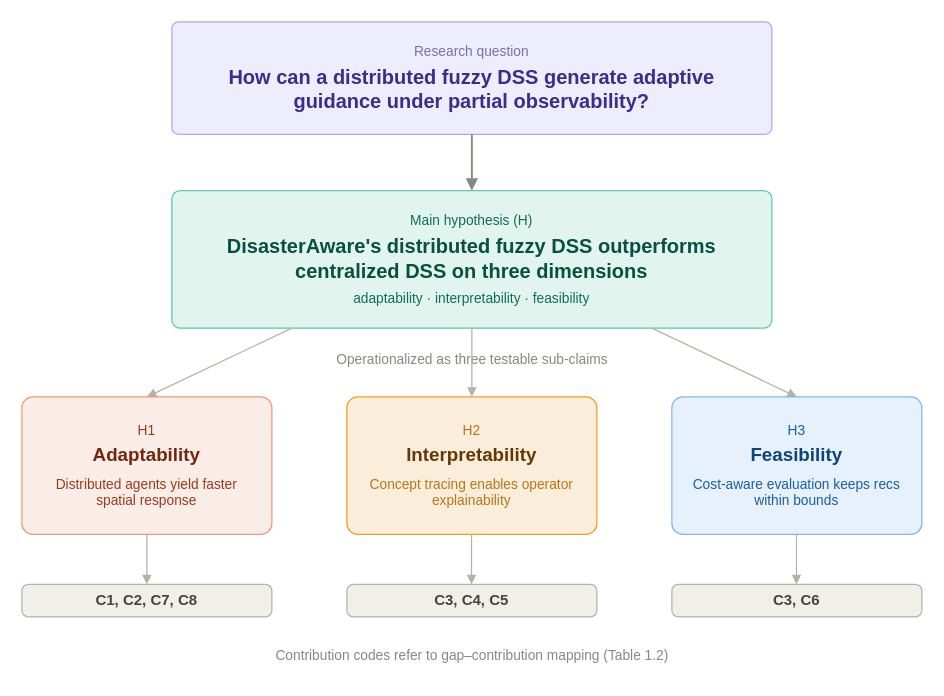
This is page "CH1_HYPO_QUEST" (1 of 23) of 01_Thesis/dissertation/BlockDiagram.drawio from northwind13/Enhanced_DSS, a draw.io file, before an edit. Source tidied: cells renumbered, new cells numbered last; positions are measured from the earlier drawing's top-left corner, leaving out a move shared by most shapes. Both pictures are drawn from the tidied source at 125%, with x=0, y=0 at pixel (21, 21).
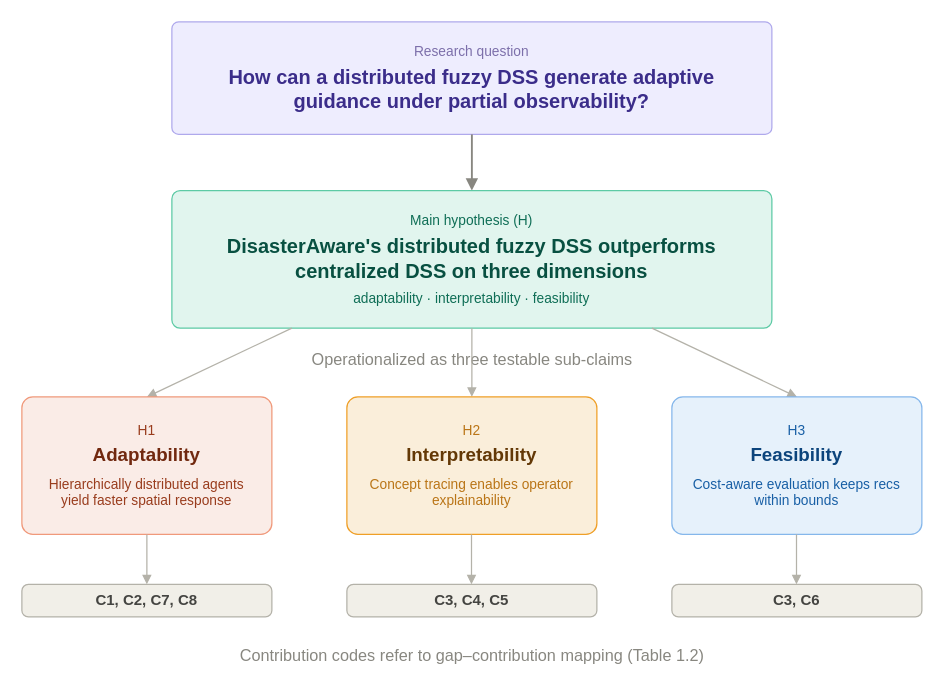
After the change.

Diff of the diagram source:
```diff
@@
-    <mxCell id="5" value="Operationalized as three testable sub-claims" style="text;html=1;align=center;verticalAlign=middle;strokeColor=none;fillColor=none;fontSize=11;fontColor=#888780;fontFamily=Helvetica;" parent="1" vertex="1">
-      <mxGeometry x="175" y="258" width="370" height="24" as="geometry" />
+    <mxCell id="5" value="Operationalized as three testable sub-claims" style="text;html=1;align=center;verticalAlign=middle;strokeColor=none;fillColor=none;fontSize=13;fontColor=#888780;fontFamily=Helvetica;" parent="1" vertex="1">
+      <mxGeometry x="220" y="255" width="280" height="30" as="geometry" />
     </mxCell>
@@
-    <mxCell id="9" value="&lt;div style=&quot;font-size:11px;color:#993C1D;margin-bottom:4px;&quot;&gt;H1&lt;/div&gt;&lt;div style=&quot;font-size:15px;font-weight:600;color:#71280F;&quot;&gt;Adaptability&lt;/div&gt;&lt;div style=&quot;font-size:11px;color:#993C1D;margin-top:8px;&quot;&gt;Distributed agents yield faster spatial response&lt;/div&gt;" style="rounded=1;whiteSpace=wrap;html=1;fillColor=#FAECE7;strokeColor=#F0997B;strokeWidth=1;arcSize=8;align=center;verticalAlign=middle;spacingTop=0;spacingLeft=10;spacingRight=10;fontFamily=Helvetica;" parent="1" vertex="1">
+    <mxCell id="9" value="&lt;div style=&quot;font-size:11px;color:#993C1D;margin-bottom:4px;&quot;&gt;H1&lt;/div&gt;&lt;div style=&quot;font-size:15px;font-weight:600;color:#71280F;&quot;&gt;Adaptability&lt;/div&gt;&lt;div style=&quot;font-size:11px;color:#993C1D;margin-top:8px;&quot;&gt;Hierarchically distributed agents yield faster spatial response&lt;/div&gt;" style="rounded=1;whiteSpace=wrap;html=1;fillColor=#FAECE7;strokeColor=#F0997B;strokeWidth=1;arcSize=8;align=center;verticalAlign=middle;spacingTop=0;spacingLeft=10;spacingRight=10;fontFamily=Helvetica;" parent="1" vertex="1">
       <mxGeometry y="300" width="200" height="110" as="geometry" />
     </mxCell>
@@
-    <mxCell id="14" value="Contribution codes refer to gap–contribution mapping (Table 1.2)" style="text;html=1;align=center;verticalAlign=middle;strokeColor=none;fillColor=none;fontSize=11;fontColor=#888780;fontFamily=Helvetica;" parent="1" vertex="1">
-      <mxGeometry x="115" y="495" width="490" height="24" as="geometry" />
+    <mxCell id="14" value="Contribution codes refer to gap–contribution mapping (Table 1.2)" style="text;html=1;align=center;verticalAlign=middle;strokeColor=none;fillColor=none;fontSize=13;fontColor=#888780;fontFamily=Helvetica;" parent="1" vertex="1">
+      <mxGeometry x="165" y="492" width="390" height="30" as="geometry" />
     </mxCell>
```
